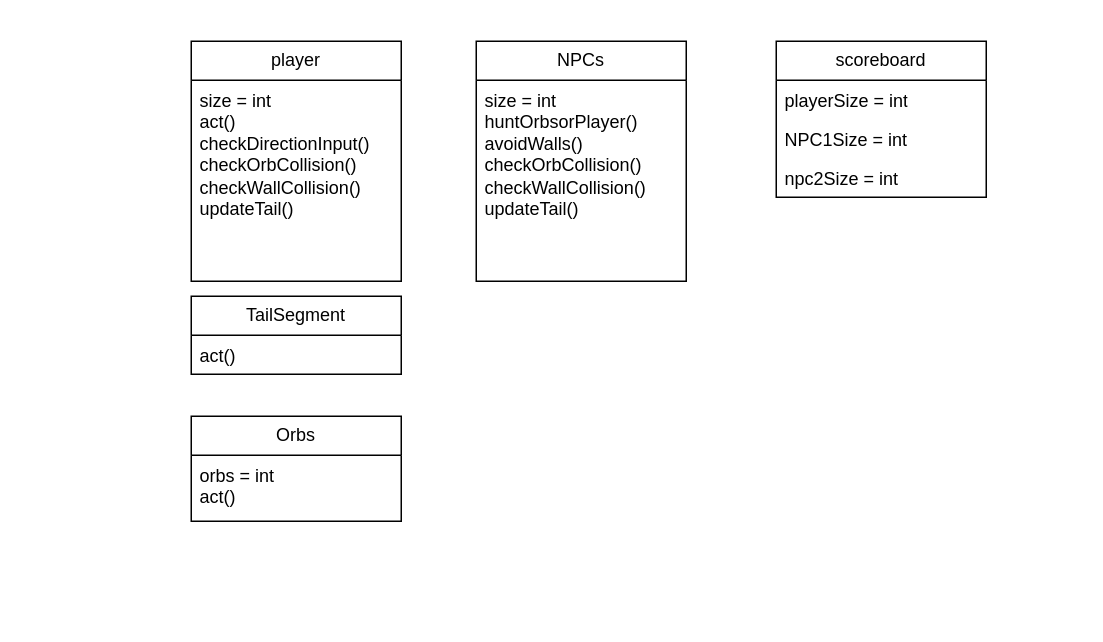
Earlier version of the draw.io diagram docs/GreenFootUML.drawio (hick872/CSC170). Source tidied: cells renumbered, new cells numbered last; positions are measured from the earlier drawing's top-left corner, leaving out a move shared by most shapes. Both pictures are drawn from the tidied source at 150%, with x=0, y=0 at pixel (190, 40).
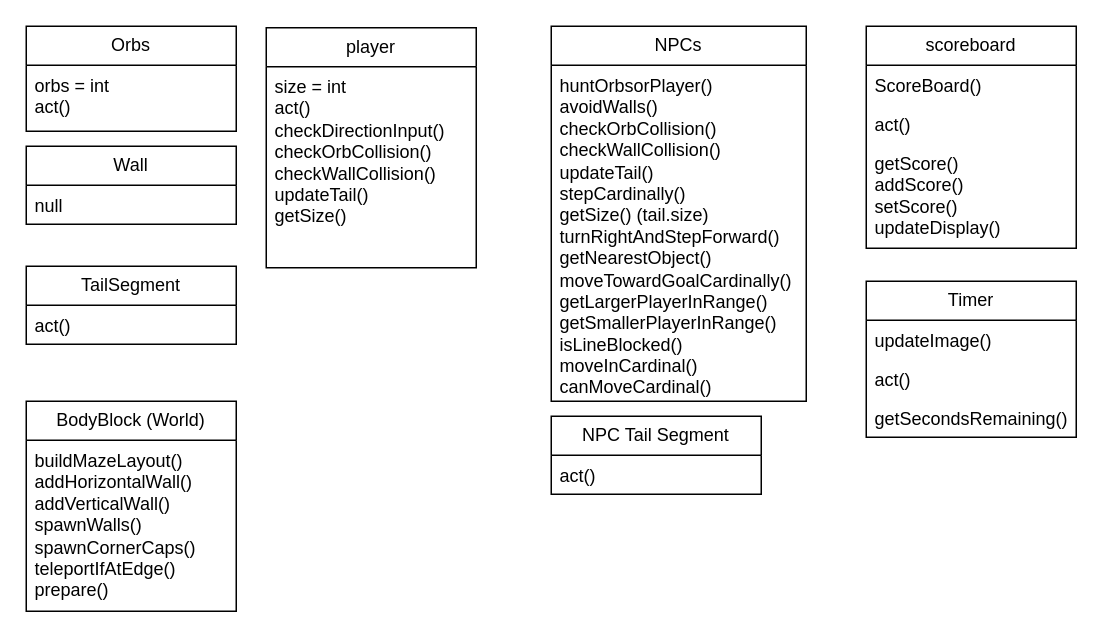
The same page after the edit.

The edit, as a diff of the source:
```diff
@@
     <mxCell id="2" value="player" style="swimlane;fontStyle=0;horizontal=1;startSize=26;fillColor=none;whiteSpace=wrap;html=1;" parent="1" vertex="1">
-      <mxGeometry width="140" height="160" as="geometry" />
+      <mxGeometry x="50" y="-9" width="140" height="160" as="geometry" />
     </mxCell>
-    <mxCell id="3" value="size = int&lt;div&gt;act()&lt;/div&gt;&lt;div&gt;checkDirectionInput()&lt;/div&gt;&lt;div&gt;checkOrbCollision()&lt;br&gt;checkWallCollision()&lt;/div&gt;&lt;div&gt;updateTail()&lt;/div&gt;" style="text;strokeColor=none;fillColor=none;align=left;verticalAlign=top;spacingLeft=4;spacingRight=4;overflow=hidden;whiteSpace=wrap;html=1;" parent="2" vertex="1">
+    <mxCell id="3" value="size = int&lt;div&gt;act()&lt;/div&gt;&lt;div&gt;checkDirectionInput()&lt;/div&gt;&lt;div&gt;checkOrbCollision()&lt;br&gt;checkWallCollision()&lt;/div&gt;&lt;div&gt;updateTail()&lt;/div&gt;&lt;div&gt;getSize()&lt;/div&gt;" style="text;strokeColor=none;fillColor=none;align=left;verticalAlign=top;spacingLeft=4;spacingRight=4;overflow=hidden;whiteSpace=wrap;html=1;" parent="2" vertex="1">
       <mxGeometry y="26" width="140" height="134" as="geometry" />
     </mxCell>
     <mxCell id="4" value="NPCs" style="swimlane;fontStyle=0;horizontal=1;startSize=26;fillColor=none;whiteSpace=wrap;html=1;" parent="1" vertex="1">
-      <mxGeometry x="190" width="140" height="160" as="geometry" />
+      <mxGeometry x="240" y="-10" width="170" height="250" as="geometry" />
     </mxCell>
-    <mxCell id="5" value="size = int&lt;div&gt;huntOrbsorPlayer()&lt;/div&gt;&lt;div&gt;avoidWalls()&lt;/div&gt;&lt;div&gt;checkOrbCollision()&lt;/div&gt;&lt;div&gt;checkWallCollision()&lt;br&gt;updateTail()&lt;/div&gt;" style="text;strokeColor=none;fillColor=none;align=left;verticalAlign=top;spacingLeft=4;spacingRight=4;overflow=hidden;whiteSpace=wrap;html=1;" parent="4" vertex="1">
-      <mxGeometry y="26" width="140" height="134" as="geometry" />
+    <mxCell id="5" value="&lt;div&gt;huntOrbsorPlayer()&lt;/div&gt;&lt;div&gt;avoidWalls()&lt;/div&gt;&lt;div&gt;checkOrbCollision()&lt;/div&gt;&lt;div&gt;checkWallCollision()&lt;br&gt;updateTail()&lt;/div&gt;&lt;div&gt;stepCardinally()&lt;/div&gt;&lt;div&gt;getSize() (tail.size)&lt;/div&gt;&lt;div&gt;turnRightAndStepForward()&lt;/div&gt;&lt;div&gt;getNearestObject()&lt;/div&gt;&lt;div&gt;moveTowardGoalCardinally()&lt;/div&gt;&lt;div&gt;getLargerPlayerInRange()&lt;/div&gt;&lt;div&gt;getSmallerPlayerInRange()&lt;/div&gt;&lt;div&gt;isLineBlocked()&lt;/div&gt;&lt;div&gt;moveInCardinal()&lt;/div&gt;&lt;div&gt;canMoveCardinal()&lt;/div&gt;" style="text;strokeColor=none;fillColor=none;align=left;verticalAlign=top;spacingLeft=4;spacingRight=4;overflow=hidden;whiteSpace=wrap;html=1;" parent="4" vertex="1">
+      <mxGeometry y="26" width="170" height="224" as="geometry" />
     </mxCell>
     <mxCell id="6" value="scoreboard" style="swimlane;fontStyle=0;horizontal=1;startSize=26;fillColor=none;whiteSpace=wrap;html=1;" parent="1" vertex="1">
-      <mxGeometry x="390" width="140" height="104" as="geometry" />
+      <mxGeometry x="450" y="-10" width="140" height="148" as="geometry" />
     </mxCell>
-    <mxCell id="7" value="playerSize = int" style="text;strokeColor=none;fillColor=none;align=left;verticalAlign=top;spacingLeft=4;spacingRight=4;overflow=hidden;whiteSpace=wrap;html=1;" parent="6" vertex="1">
+    <mxCell id="7" value="ScoreBoard()" style="text;strokeColor=none;fillColor=none;align=left;verticalAlign=top;spacingLeft=4;spacingRight=4;overflow=hidden;whiteSpace=wrap;html=1;" parent="6" vertex="1">
       <mxGeometry y="26" width="140" height="26" as="geometry" />
     </mxCell>
-    <mxCell id="8" value="NPC1Size = int" style="text;strokeColor=none;fillColor=none;align=left;verticalAlign=top;spacingLeft=4;spacingRight=4;overflow=hidden;whiteSpace=wrap;html=1;" parent="6" vertex="1">
+    <mxCell id="8" value="act()" style="text;strokeColor=none;fillColor=none;align=left;verticalAlign=top;spacingLeft=4;spacingRight=4;overflow=hidden;whiteSpace=wrap;html=1;" parent="6" vertex="1">
       <mxGeometry y="52" width="140" height="26" as="geometry" />
     </mxCell>
-    <mxCell id="9" value="npc2Size = int" style="text;strokeColor=none;fillColor=none;align=left;verticalAlign=top;spacingLeft=4;spacingRight=4;overflow=hidden;whiteSpace=wrap;html=1;" parent="6" vertex="1">
-      <mxGeometry y="78" width="140" height="26" as="geometry" />
+    <mxCell id="9" value="getScore()&lt;div&gt;addScore()&lt;/div&gt;&lt;div&gt;setScore()&lt;/div&gt;&lt;div&gt;updateDisplay()&lt;/div&gt;&lt;div&gt;&lt;br&gt;&lt;/div&gt;" style="text;strokeColor=none;fillColor=none;align=left;verticalAlign=top;spacingLeft=4;spacingRight=4;overflow=hidden;whiteSpace=wrap;html=1;" parent="6" vertex="1">
+      <mxGeometry y="78" width="140" height="70" as="geometry" />
     </mxCell>
     <mxCell id="10" value="Orbs" style="swimlane;fontStyle=0;horizontal=1;startSize=26;fillColor=none;whiteSpace=wrap;html=1;" parent="1" vertex="1">
-      <mxGeometry y="250" width="140" height="70" as="geometry" />
+      <mxGeometry x="-110" y="-10" width="140" height="70" as="geometry" />
     </mxCell>
@@
     <mxCell id="12" value="TailSegment" style="swimlane;fontStyle=0;horizontal=1;startSize=26;fillColor=none;whiteSpace=wrap;html=1;" parent="1" vertex="1">
-      <mxGeometry y="170" width="140" height="52" as="geometry" />
+      <mxGeometry x="-110" y="150" width="140" height="52" as="geometry" />
     </mxCell>
@@
+    <mxCell id="14" value="Timer" style="swimlane;fontStyle=0;horizontal=1;startSize=26;fillColor=none;whiteSpace=wrap;html=1;" parent="1" vertex="1">
+      <mxGeometry x="450" y="160" width="140" height="104" as="geometry" />
+    </mxCell>
+    <mxCell id="15" value="updateImage()&lt;div&gt;&lt;br&gt;&lt;/div&gt;" style="text;strokeColor=none;fillColor=none;align=left;verticalAlign=top;spacingLeft=4;spacingRight=4;overflow=hidden;whiteSpace=wrap;html=1;" parent="14" vertex="1">
+      <mxGeometry y="26" width="140" height="26" as="geometry" />
+    </mxCell>
+    <mxCell id="16" value="act()" style="text;strokeColor=none;fillColor=none;align=left;verticalAlign=top;spacingLeft=4;spacingRight=4;overflow=hidden;whiteSpace=wrap;html=1;" parent="14" vertex="1">
+      <mxGeometry y="52" width="140" height="26" as="geometry" />
+    </mxCell>
+    <mxCell id="17" value="getSecondsRemaining()" style="text;strokeColor=none;fillColor=none;align=left;verticalAlign=top;spacingLeft=4;spacingRight=4;overflow=hidden;whiteSpace=wrap;html=1;" parent="14" vertex="1">
+      <mxGeometry y="78" width="140" height="26" as="geometry" />
+    </mxCell>
+    <mxCell id="18" value="Wall" style="swimlane;fontStyle=0;horizontal=1;startSize=26;fillColor=none;whiteSpace=wrap;html=1;" parent="1" vertex="1">
+      <mxGeometry x="-110" y="70" width="140" height="52" as="geometry" />
+    </mxCell>
+    <mxCell id="19" value="null" style="text;strokeColor=none;fillColor=none;align=left;verticalAlign=top;spacingLeft=4;spacingRight=4;overflow=hidden;whiteSpace=wrap;html=1;" parent="18" vertex="1">
+      <mxGeometry y="26" width="140" height="26" as="geometry" />
+    </mxCell>
+    <mxCell id="20" value="NPC Tail Segment" style="swimlane;fontStyle=0;horizontal=1;startSize=26;fillColor=none;whiteSpace=wrap;html=1;" parent="1" vertex="1">
+      <mxGeometry x="240" y="250" width="140" height="52" as="geometry" />
+    </mxCell>
+    <mxCell id="21" value="act()" style="text;strokeColor=none;fillColor=none;align=left;verticalAlign=top;spacingLeft=4;spacingRight=4;overflow=hidden;whiteSpace=wrap;html=1;" parent="20" vertex="1">
+      <mxGeometry y="26" width="140" height="26" as="geometry" />
+    </mxCell>
+    <mxCell id="22" value="BodyBlock (World)" style="swimlane;fontStyle=0;horizontal=1;startSize=26;fillColor=none;whiteSpace=wrap;html=1;" parent="1" vertex="1">
+      <mxGeometry x="-110" y="240" width="140" height="140" as="geometry" />
+    </mxCell>
+    <mxCell id="23" value="buildMazeLayout()&lt;div&gt;addHorizontalWall()&lt;/div&gt;&lt;div&gt;addVerticalWall()&lt;/div&gt;&lt;div&gt;spawnWalls()&lt;/div&gt;&lt;div&gt;spawnCornerCaps()&lt;/div&gt;&lt;div&gt;teleportIfAtEdge()&lt;/div&gt;&lt;div&gt;prepare()&lt;/div&gt;&lt;div&gt;&lt;br&gt;&lt;/div&gt;" style="text;strokeColor=none;fillColor=none;align=left;verticalAlign=top;spacingLeft=4;spacingRight=4;overflow=hidden;whiteSpace=wrap;html=1;" parent="22" vertex="1">
+      <mxGeometry y="26" width="140" height="114" as="geometry" />
+    </mxCell>
```
